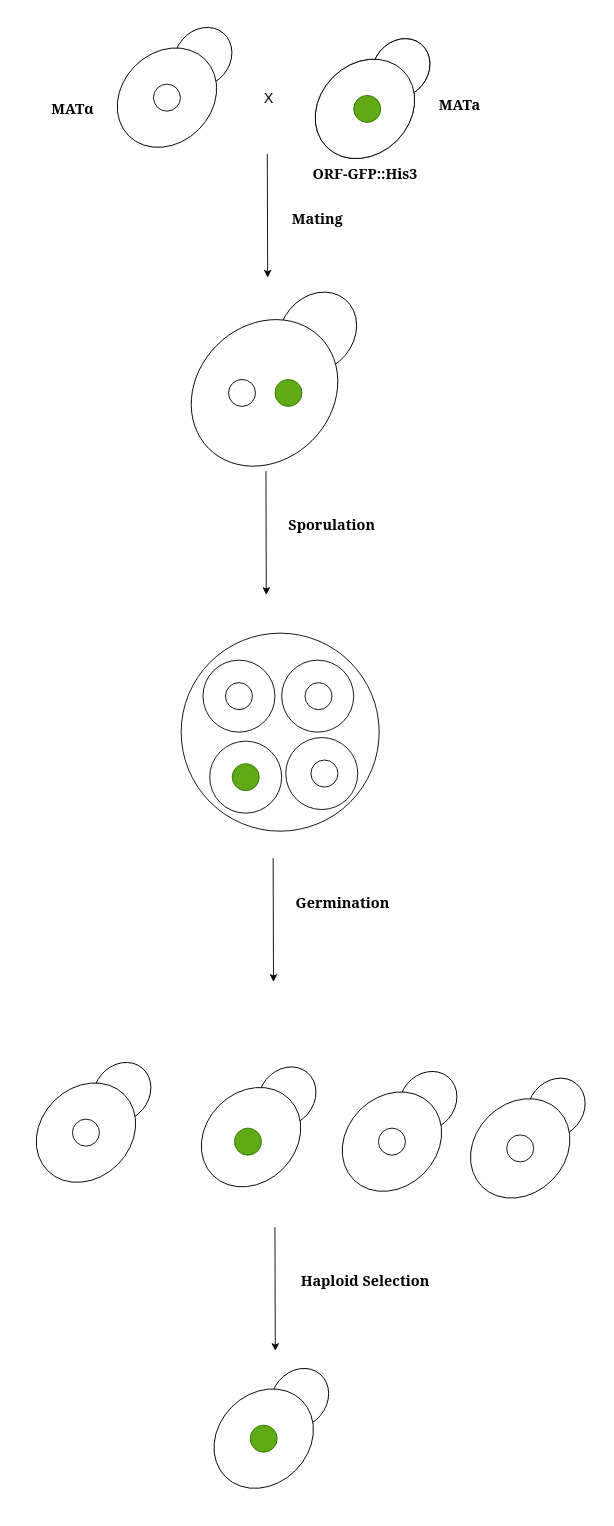
Earlier version of the draw.io diagram sporulation_library.drawio (AcubeSAT/yeast-biology). Source tidied: cells renumbered, new cells numbered last; positions are measured from the earlier drawing's top-left corner, leaving out a move shared by most shapes. Both pictures are drawn from the tidied source at 90%, with x=0, y=0 at pixel (32, 30).
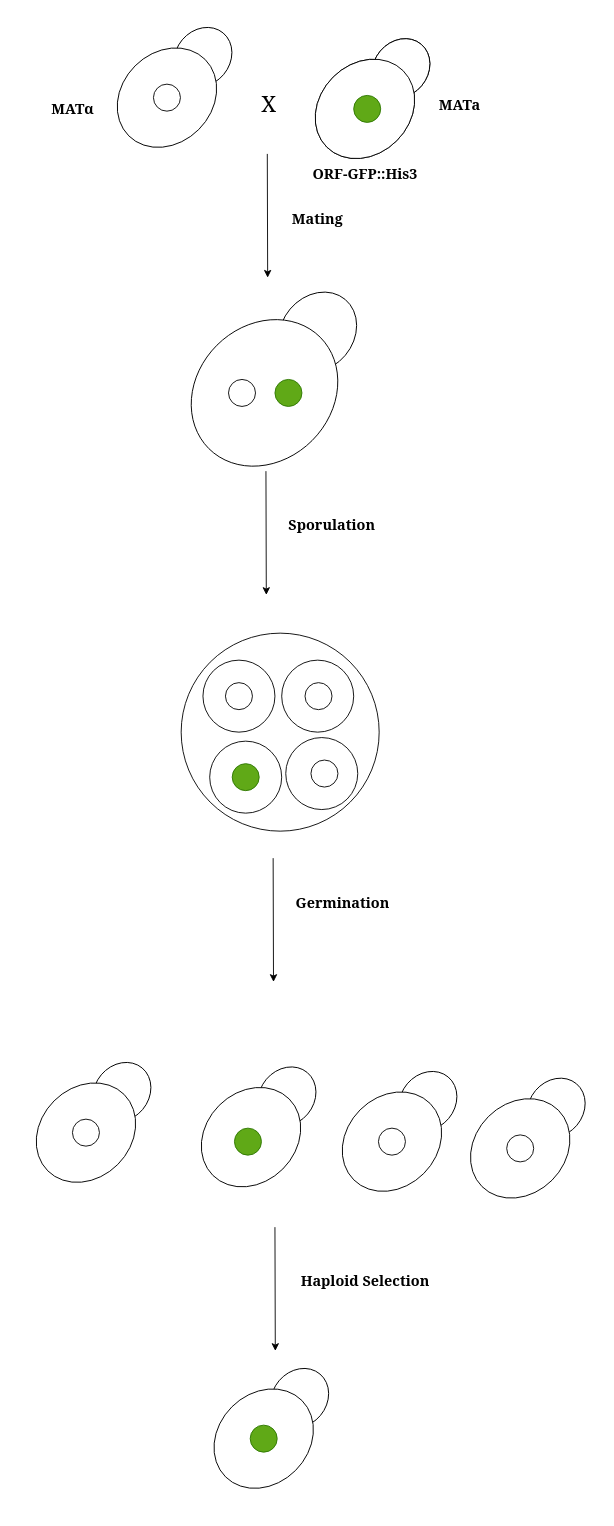
Above is the later version.

Diff of the diagram source:
```diff
@@
-    <mxCell id="19" value="&lt;font style=&quot;font-size: 16px&quot;&gt;X&lt;/font&gt;" style="text;html=1;align=center;verticalAlign=middle;" parent="1" vertex="1">
-      <mxGeometry x="247.5" y="65" width="30" height="20" as="geometry" />
+    <mxCell id="19" value="&lt;font style=&quot;font-size: 25px&quot; face=&quot;Georgia&quot;&gt;X&lt;/font&gt;" style="text;html=1;align=center;verticalAlign=middle;" parent="1" vertex="1">
+      <mxGeometry x="247.5" y="70" width="30" height="20" as="geometry" />
     </mxCell>
```
